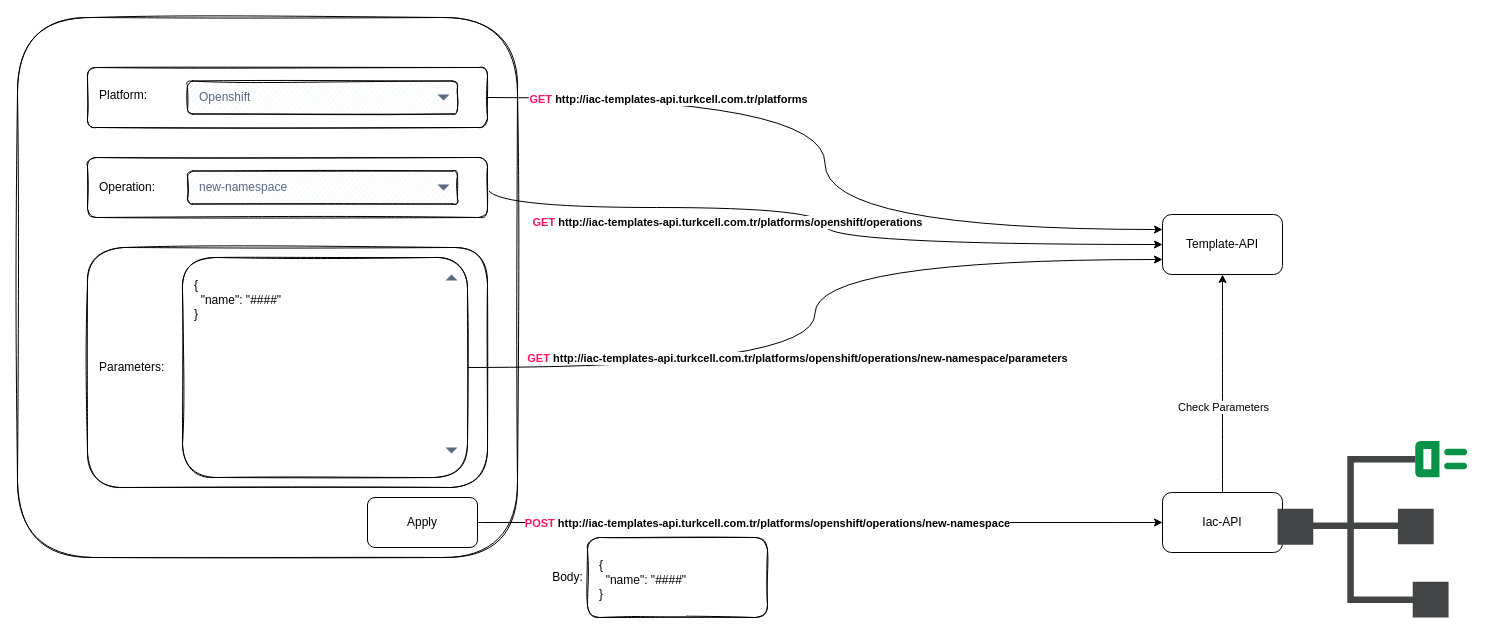
The draw.io diagram page "Dinamik Otomasyon formu" (2 of 3) of iac-flow.drawio in haidouks/draw.io, before the edit. Source tidied: cells renumbered, new cells numbered last; positions are measured from the earlier drawing's top-left corner, leaving out a move shared by most shapes. Both pictures are drawn from the tidied source at 100%, with x=0, y=0 at pixel (17, 17).
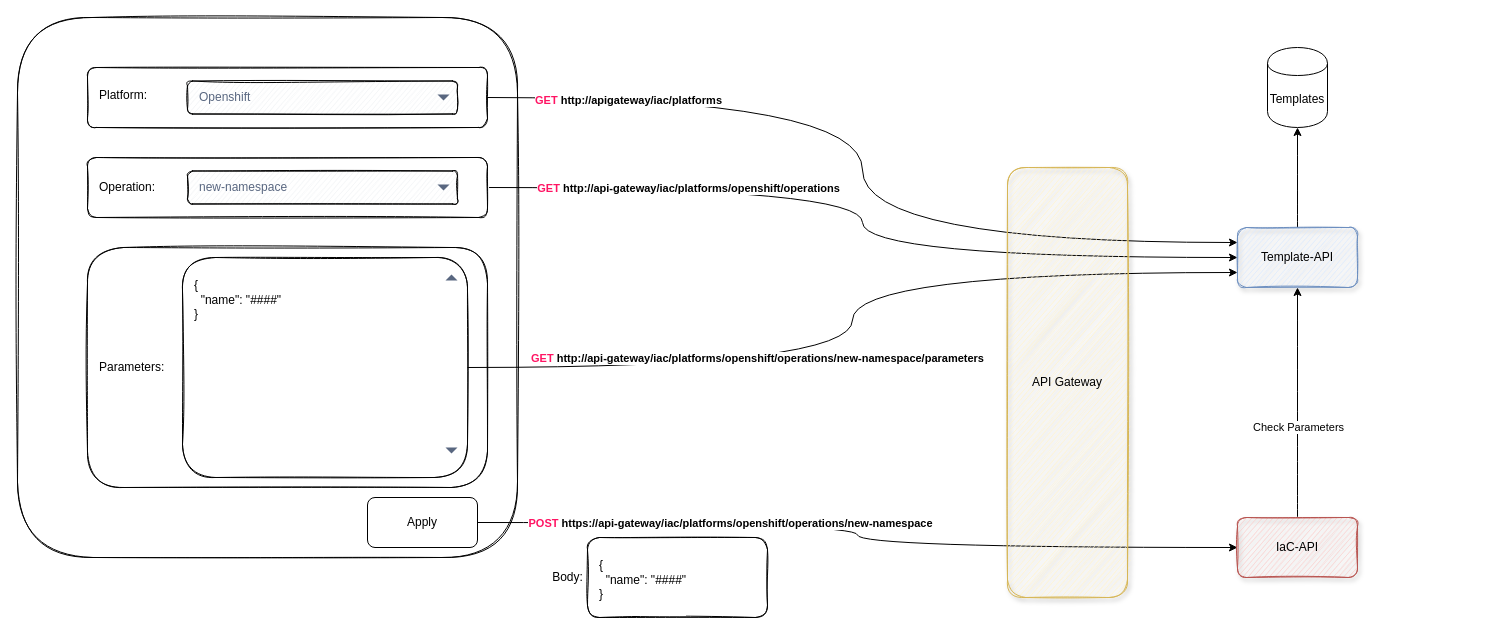
The same diagram, later.

The change refers to these unchanged cells:
```xml
<mxCell id="3" style="edgeStyle=orthogonalEdgeStyle;jettySize=auto;html=1;exitX=1;exitY=0.5;exitDx=0;exitDy=0;entryX=0;entryY=0.25;entryDx=0;entryDy=0;curved=1;" parent="1" edge="1" source="5" target="19">
  <mxGeometry relative="1" as="geometry" />
</mxCell>
<mxCell id="10" value="Operation:" style="rounded=1;whiteSpace=wrap;html=1;shadow=0;glass=0;sketch=1;strokeColor=#000000;gradientColor=none;verticalAlign=middle;align=left;spacingLeft=10;" parent="1" vertex="1">
  <mxGeometry x="70" y="140" width="400" height="60" as="geometry" />
</mxCell>
<mxCell id="14" style="edgeStyle=orthogonalEdgeStyle;curved=1;jettySize=auto;html=1;exitX=1;exitY=0.5;exitDx=0;exitDy=0;entryX=0;entryY=0.75;entryDx=0;entryDy=0;" parent="1" edge="1" source="16" target="19">
  <mxGeometry relative="1" as="geometry" />
</mxCell>
<mxCell id="20" style="edgeStyle=orthogonalEdgeStyle;curved=1;jettySize=auto;html=1;exitX=1;exitY=0.5;exitDx=0;exitDy=0;entryX=0;entryY=0.5;entryDx=0;entryDy=0;" parent="1" edge="1" source="22" target="25">
  <mxGeometry relative="1" as="geometry" />
</mxCell>
```

Diff of the diagram source:
```diff
@@
-    <mxCell id="4" value="&lt;b&gt;&lt;font color=&quot;#ff1463&quot;&gt;GET &lt;/font&gt;http://iac-templates-api.turkcell.com.tr/platforms&lt;/b&gt;" style="edgeLabel;html=1;align=center;verticalAlign=middle;" parent="3" vertex="1">
+    <mxCell id="4" value="&lt;b&gt;&lt;font color=&quot;#ff1463&quot;&gt;GET &lt;/font&gt;http://apigateway/iac/platforms&lt;/b&gt;" style="edgeLabel;html=1;align=center;verticalAlign=middle;" parent="3" vertex="1">
       <mxGeometry x="-0.14" y="-4" relative="1" as="geometry">
-        <mxPoint x="-153" y="-8" as="offset" />
+        <mxPoint x="-231" y="-8" as="offset" />
       </mxGeometry>
     </mxCell>
@@
     <mxCell id="8" style="edgeStyle=orthogonalEdgeStyle;curved=1;jettySize=auto;html=1;exitX=1;exitY=0.5;exitDx=0;exitDy=0;entryX=0;entryY=0.5;entryDx=0;entryDy=0;" parent="1" edge="1" source="10" target="19">
-      <mxGeometry relative="1" as="geometry">
-        <Array as="points">
-          <mxPoint x="470" y="190" />
-          <mxPoint x="808" y="190" />
-          <mxPoint x="808" y="227" />
-        </Array>
-      </mxGeometry>
+      <mxGeometry relative="1" as="geometry" />
     </mxCell>
-    <mxCell id="9" value="&lt;b&gt;&lt;font color=&quot;#ff1463&quot;&gt;GET&lt;/font&gt;&amp;nbsp;http://iac-templates-api.turkcell.com.tr/platforms/openshift/operations&lt;/b&gt;" style="edgeLabel;html=1;align=center;verticalAlign=middle;" parent="8" vertex="1">
-      <mxGeometry x="-0.65" y="-6" relative="1" as="geometry">
-        <mxPoint x="131" y="8" as="offset" />
-      </mxGeometry>
-    </mxCell>
+    <mxCell id="29" value="&lt;b&gt;&lt;font color=&quot;#ff1463&quot;&gt;GET&lt;/font&gt;&amp;nbsp;http://api-gateway/iac/platforms/openshift/operations&lt;/b&gt;" style="edgeLabel;html=1;align=center;verticalAlign=middle;" parent="8" vertex="1">
+      <mxGeometry x="-0.83" y="-3" relative="1" as="geometry">
+        <mxPoint x="130" y="-3" as="offset" />
+      </mxGeometry>
+    </mxCell>
@@
-    <mxCell id="15" value="&lt;b&gt;&lt;font color=&quot;#ff1463&quot;&gt;GET&lt;/font&gt;&amp;nbsp;http://iac-templates-api.turkcell.com.tr/platforms/openshift/operations/new-namespace/parameters&lt;/b&gt;" style="edgeLabel;html=1;align=center;verticalAlign=middle;" parent="14" vertex="1">
+    <mxCell id="15" value="&lt;b&gt;&lt;font color=&quot;#ff1463&quot;&gt;GET&lt;/font&gt;&amp;nbsp;http://api-gateway/iac/platforms/openshift/operations/new-namespace/parameters&lt;/b&gt;" style="edgeLabel;html=1;align=center;verticalAlign=middle;" parent="14" vertex="1">
       <mxGeometry x="-0.41" y="15" relative="1" as="geometry">
-        <mxPoint x="92" y="5" as="offset" />
+        <mxPoint x="34" y="5" as="offset" />
       </mxGeometry>
     </mxCell>
@@
+    <mxCell id="30" style="edgeStyle=orthogonalEdgeStyle;curved=1;jettySize=auto;html=1;" parent="1" edge="1" source="19" target="31">
+      <mxGeometry relative="1" as="geometry" />
+    </mxCell>
-    <mxCell id="19" value="Template-API" style="whiteSpace=wrap;html=1;rounded=1;" parent="1" vertex="1">
-      <mxGeometry x="1145" y="197" width="120" height="60" as="geometry" />
+    <mxCell id="19" value="Template-API" style="whiteSpace=wrap;html=1;rounded=1;fillColor=#dae8fc;strokeColor=#6c8ebf;shadow=1;sketch=1;" parent="1" vertex="1">
+      <mxGeometry x="1220" y="210" width="120" height="60" as="geometry" />
     </mxCell>
@@
-    <mxCell id="21" value="&lt;b&gt;&lt;font color=&quot;#ff1463&quot;&gt;POST&lt;/font&gt;&amp;nbsp;http://iac-templates-api.turkcell.com.tr/platforms/openshift/operations/new-namespace&lt;/b&gt;" style="edgeLabel;html=1;align=center;verticalAlign=middle;" parent="20" vertex="1">
+    <mxCell id="21" value="&lt;b&gt;&lt;font color=&quot;#ff1463&quot;&gt;POST&lt;/font&gt;&amp;nbsp;https://api-gateway/iac/platforms/openshift/operations/new-namespace&lt;/b&gt;" style="edgeLabel;html=1;align=center;verticalAlign=middle;" parent="20" vertex="1">
       <mxGeometry x="-0.24" y="1" relative="1" as="geometry">
-        <mxPoint x="29" y="1" as="offset" />
+        <mxPoint x="-46" y="1" as="offset" />
       </mxGeometry>
     </mxCell>
@@
-    <mxCell id="25" value="Iac-API" style="rounded=1;whiteSpace=wrap;html=1;" parent="1" vertex="1">
-      <mxGeometry x="1145" y="475" width="120" height="60" as="geometry" />
-    </mxCell>
@@
-    <mxCell id="28" style="shadow=0;dashed=0;html=1;strokeColor=none;fillColor=#434445;labelPosition=center;verticalLabelPosition=bottom;verticalAlign=top;align=center;shape=mxgraph.vvd.endpoint;" parent="1" vertex="1">
-      <mxGeometry x="1260" y="423.5" width="189.8" height="176.5" as="geometry" />
-    </mxCell>
+    <mxCell id="31" value="Templates" style="shape=cylinder;whiteSpace=wrap;html=1;boundedLbl=1;backgroundOutline=1;rounded=1;" parent="1" vertex="1">
+      <mxGeometry x="1250" y="30" width="60" height="80" as="geometry" />
+    </mxCell>
+    <mxCell id="32" value="API Gateway" style="rounded=1;whiteSpace=wrap;html=1;fillColor=#fff2cc;strokeColor=#d6b656;shadow=1;sketch=1;" parent="1" vertex="1">
+      <mxGeometry x="990" y="150" width="120" height="430" as="geometry" />
+    </mxCell>
+    <mxCell id="25" value="IaC-API" style="rounded=1;whiteSpace=wrap;html=1;fillColor=#f8cecc;strokeColor=#b85450;shadow=1;sketch=1;" parent="1" vertex="1">
+      <mxGeometry x="1220" y="500" width="120" height="60" as="geometry" />
+    </mxCell>
```
